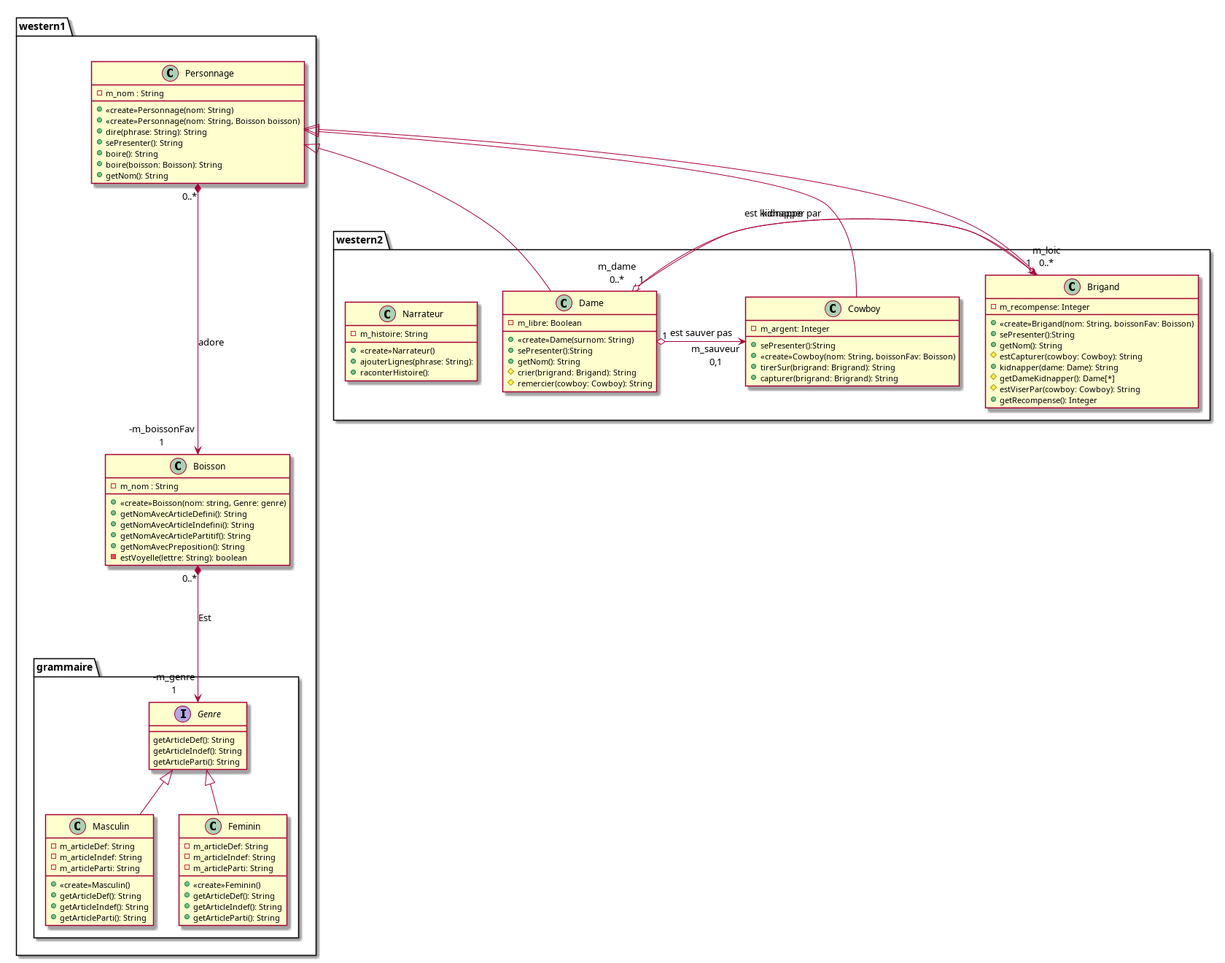
Above: src/Histoire1.png in Omikrone/Western (PlantUML), before the change. Its source is kept beside it as src/Histoire1.puml.
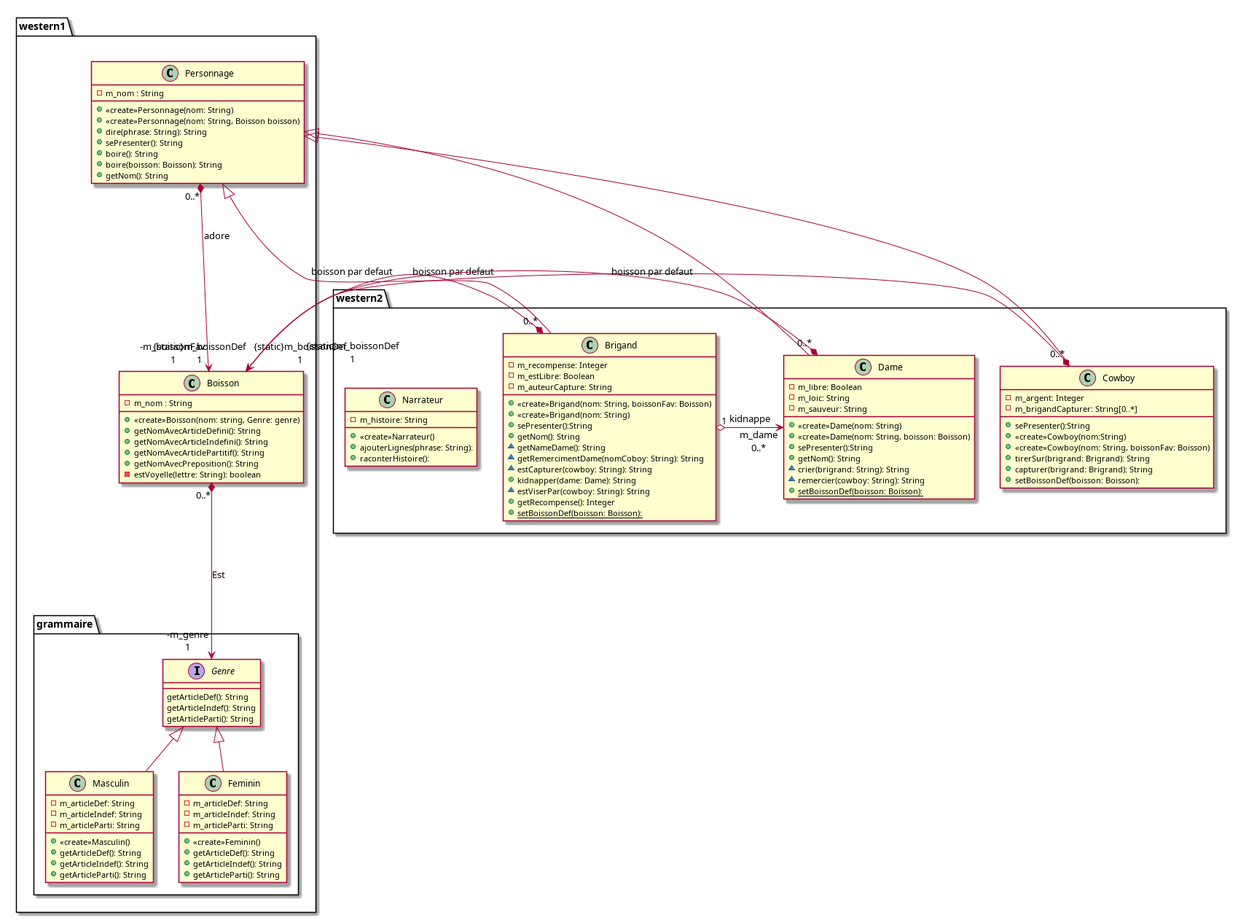
The same diagram one commit later.

Commit message:
modif uml, ajout boissonDef, correction erreur

The edit, as a diff of the source:
```diff
@@ -63,36 +63,48 @@
 
     class Dame extends Personnage{
         -m_libre: Boolean
-        +«create»Dame(surnom: String)
+        -m_loic: String
+        -m_sauveur: String
+        +«create»Dame(nom: String)
+        +«create»Dame(nom: String, boisson: Boisson)
         +sePresenter():String
         +getNom(): String
-        #crier(brigrand: Brigand): String
-        #remercier(cowboy: Cowboy): String
+        ~crier(brigrand: String): String
+        ~remercier(cowboy: String): String
+        +{static} setBoissonDef(boisson: Boisson):
     }
 
     class Brigand extends Personnage{
         -m_recompense: Integer
+        -m_estLibre: Boolean
+        -m_auteurCapture: String
         +«create»Brigand(nom: String, boissonFav: Boisson)
+        +«create»Brigand(nom: String)
         +sePresenter():String
         +getNom(): String
-        #estCapturer(cowboy: Cowboy): String
+        ~getNameDame(): String
+        ~getRemercimentDame(nomCoboy: String): String
+        ~estCapturer(cowboy: String): String
         +kidnapper(dame: Dame): String
-        #getDameKidnapper(): Dame[*]
-        #estViserPar(cowboy: Cowboy): String
+        ~estViserPar(cowboy: String): String
         +getRecompense(): Integer
+        +{static}setBoissonDef(boisson: Boisson):
     }
 
     class Cowboy extends Personnage{
         -m_argent: Integer
+        -m_brigandCapturer: String[0..*]
         +sePresenter():String
+        +«create»Cowboy(nom:String)
         +«create»Cowboy(nom: String, boissonFav: Boisson)
         +tirerSur(brigrand: Brigrand): String
         +capturer(brigrand: Brigrand): String
+        +setBoissonDef(boisson: Boisson):
     }
 
     Brigand "1" o-> "m_dame\n0..*"Dame : kidnappe
-    Dame "1" o-> "m_loic\n0..*"Brigand : est kidnapper par
-    Dame "1" o-> "m_sauveur\n0,1"Cowboy : est sauver pas
-
+    Brigand "0..*" *-> "{static}m_boissonDef\n1"Boisson: boisson par defaut
+    Cowboy "0..*" *-> "{static}m_boissonDef\n1"Boisson: boisson par defaut
+    Dame "0..*" *-> "{static}m_boissonDef\n1"Boisson: boisson par defaut
 }
 @enduml
```
